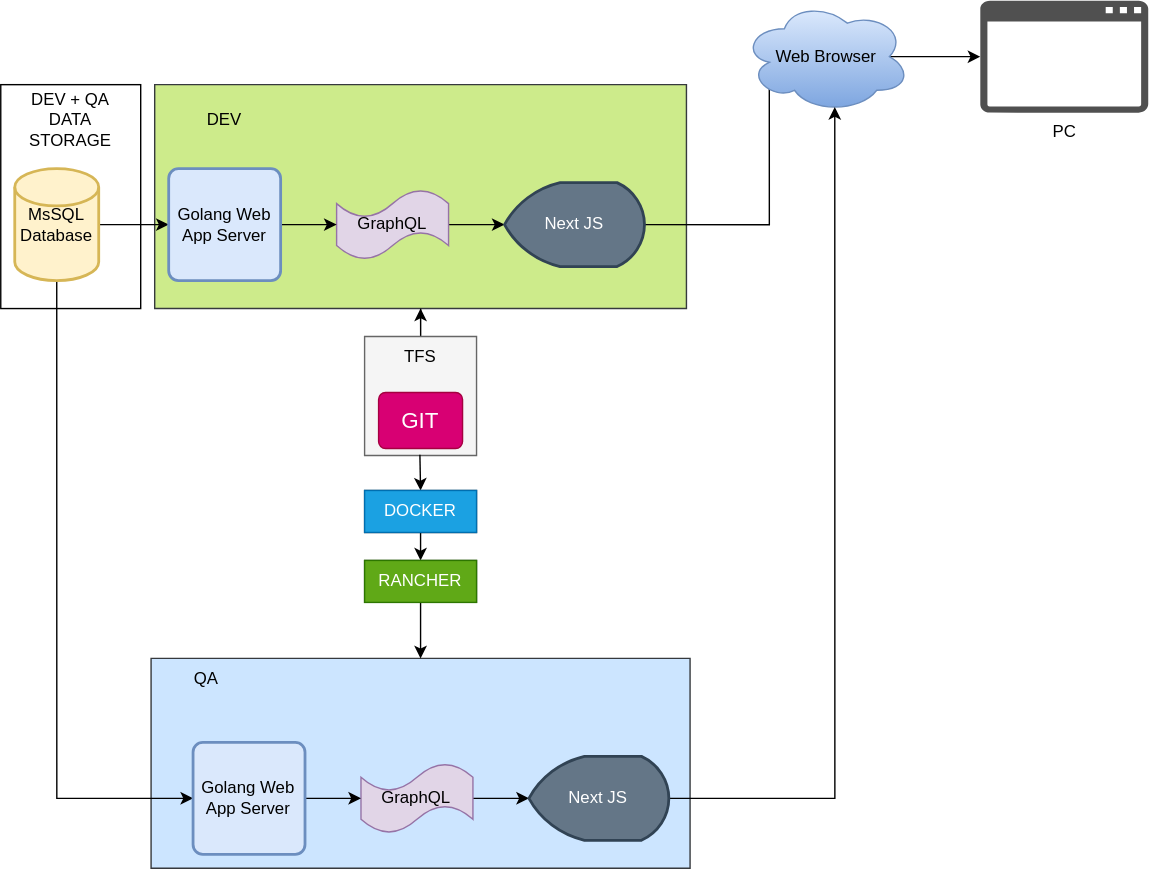
Above: Untitled Diagram.svg in iamsyahidi/hello-world (draw.io), before the change. Source tidied: cells renumbered, new cells last; positions are measured from the earlier drawing's top-left corner, leaving out a move shared by most shapes. The source it was exported from:
```xml
<mxGraphModel>
  <root>
    <mxCell id="0" />
    <mxCell id="1" parent="0" />
    <mxCell id="2" style="verticalLabelPosition=bottom;verticalAlign=top;html=1;shape=mxgraph.basic.rect;fillColor2=none;strokeWidth=1;size=20;indent=5;fillColor=#cce5ff;strokeColor=#36393d;" parent="1" vertex="1">
      <mxGeometry x="107.4" y="470" width="385.2" height="150" as="geometry" />
    </mxCell>
    <mxCell id="3" style="verticalLabelPosition=bottom;verticalAlign=top;html=1;shape=mxgraph.basic.rect;fillColor2=none;strokeWidth=1;size=20;indent=5;fillColor=#cdeb8b;strokeColor=#36393d;" parent="1" vertex="1">
      <mxGeometry x="110" y="60" width="380" height="160" as="geometry" />
    </mxCell>
    <mxCell id="4" style="edgeStyle=orthogonalEdgeStyle;rounded=0;jettySize=auto;html=1;" parent="1" edge="1" source="5">
      <mxGeometry relative="1" as="geometry">
        <mxPoint x="300" y="220" as="targetPoint" />
      </mxGeometry>
    </mxCell>
    <mxCell id="5" style="verticalLabelPosition=bottom;verticalAlign=top;html=1;shape=mxgraph.basic.rect;fillColor2=none;strokeWidth=1;size=20;indent=5;fillColor=#f5f5f5;strokeColor=#666666;fontColor=#333333;" parent="1" vertex="1">
      <mxGeometry x="260" y="240" width="80" height="85" as="geometry" />
    </mxCell>
    <mxCell id="6" style="rounded=0;whiteSpace=wrap;html=1;" parent="1" vertex="1">
      <mxGeometry y="60" width="100" height="160" as="geometry" />
    </mxCell>
    <mxCell id="7" style="edgeStyle=orthogonalEdgeStyle;rounded=0;jettySize=auto;html=1;exitX=1;exitY=0.5;exitDx=0;exitDy=0;exitPerimeter=0;entryX=0;entryY=0.5;entryDx=0;entryDy=0;entryPerimeter=0;" parent="1" edge="1" source="8" target="15">
      <mxGeometry relative="1" as="geometry" />
    </mxCell>
    <mxCell id="8" value="GraphQL" style="shape=tape;whiteSpace=wrap;html=1;fillColor=#e1d5e7;strokeColor=#9673a6;" parent="1" vertex="1">
      <mxGeometry x="240" y="135" width="80" height="50" as="geometry" />
    </mxCell>
    <mxCell id="9" style="edgeStyle=orthogonalEdgeStyle;rounded=0;jettySize=auto;html=1;exitX=1;exitY=0.5;exitDx=0;exitDy=0;exitPerimeter=0;entryX=0;entryY=0.5;entryDx=0;entryDy=0;" parent="1" edge="1" source="11" target="13">
      <mxGeometry relative="1" as="geometry" />
    </mxCell>
    <mxCell id="10" style="edgeStyle=orthogonalEdgeStyle;rounded=0;jettySize=auto;html=1;exitX=0.5;exitY=1;exitDx=0;exitDy=0;exitPerimeter=0;entryX=0;entryY=0.5;entryDx=0;entryDy=0;" parent="1" edge="1" source="11" target="23">
      <mxGeometry relative="1" as="geometry" />
    </mxCell>
    <mxCell id="11" value="MsSQL Database" style="strokeWidth=2;html=1;shape=mxgraph.flowchart.database;whiteSpace=wrap;fillColor=#fff2cc;strokeColor=#d6b656;" parent="1" vertex="1">
      <mxGeometry x="10" y="120" width="60" height="80" as="geometry" />
    </mxCell>
    <mxCell id="12" style="edgeStyle=orthogonalEdgeStyle;rounded=0;jettySize=auto;html=1;exitX=1;exitY=0.5;exitDx=0;exitDy=0;entryX=0;entryY=0.5;entryDx=0;entryDy=0;entryPerimeter=0;" parent="1" edge="1" source="13" target="8">
      <mxGeometry relative="1" as="geometry" />
    </mxCell>
    <mxCell id="13" value="Golang Web App Server" style="rounded=1;whiteSpace=wrap;html=1;absoluteArcSize=1;arcSize=14;strokeWidth=2;fillColor=#dae8fc;strokeColor=#6c8ebf;" parent="1" vertex="1">
      <mxGeometry x="120" y="120" width="80" height="80" as="geometry" />
    </mxCell>
    <mxCell id="14" style="edgeStyle=orthogonalEdgeStyle;rounded=0;jettySize=auto;html=1;exitX=1;exitY=0.5;exitDx=0;exitDy=0;exitPerimeter=0;entryX=0.16;entryY=0.55;entryDx=0;entryDy=0;entryPerimeter=0;" parent="1" edge="1" source="15" target="17">
      <mxGeometry relative="1" as="geometry" />
    </mxCell>
    <mxCell id="15" value="Next JS" style="strokeWidth=2;html=1;shape=mxgraph.flowchart.display;whiteSpace=wrap;fillColor=#647687;strokeColor=#314354;fontColor=#ffffff;" parent="1" vertex="1">
      <mxGeometry x="360" y="130" width="100" height="60" as="geometry" />
    </mxCell>
    <mxCell id="16" style="edgeStyle=orthogonalEdgeStyle;rounded=0;jettySize=auto;html=1;exitX=0.875;exitY=0.5;exitDx=0;exitDy=0;exitPerimeter=0;" parent="1" edge="1" source="17" target="19">
      <mxGeometry relative="1" as="geometry" />
    </mxCell>
    <mxCell id="17" value="Web Browser" style="ellipse;shape=cloud;whiteSpace=wrap;html=1;fillColor=#dae8fc;strokeColor=#6c8ebf;gradientColor=#7ea6e0;" parent="1" vertex="1">
      <mxGeometry x="530" width="120" height="80" as="geometry" />
    </mxCell>
    <mxCell id="18" value="DEV" style="text;html=1;strokeColor=none;fillColor=none;align=center;verticalAlign=middle;whiteSpace=wrap;rounded=0;" parent="1" vertex="1">
      <mxGeometry x="120" y="70" width="80" height="30" as="geometry" />
    </mxCell>
    <mxCell id="19" value="PC" style="shadow=0;dashed=0;html=1;strokeColor=none;fillColor=#505050;labelPosition=center;verticalLabelPosition=bottom;verticalAlign=top;outlineConnect=0;align=center;shape=mxgraph.office.concepts.application_generic;" parent="1" vertex="1">
      <mxGeometry x="700" width="120" height="80" as="geometry" />
    </mxCell>
    <mxCell id="20" style="edgeStyle=orthogonalEdgeStyle;rounded=0;jettySize=auto;html=1;exitX=1;exitY=0.5;exitDx=0;exitDy=0;exitPerimeter=0;entryX=0;entryY=0.5;entryDx=0;entryDy=0;entryPerimeter=0;" parent="1" edge="1" source="21" target="25">
      <mxGeometry relative="1" as="geometry" />
    </mxCell>
    <mxCell id="21" value="GraphQL" style="shape=tape;whiteSpace=wrap;html=1;fillColor=#e1d5e7;strokeColor=#9673a6;" parent="1" vertex="1">
      <mxGeometry x="257.4" y="545" width="80" height="50" as="geometry" />
    </mxCell>
    <mxCell id="22" style="edgeStyle=orthogonalEdgeStyle;rounded=0;jettySize=auto;html=1;exitX=1;exitY=0.5;exitDx=0;exitDy=0;entryX=0;entryY=0.5;entryDx=0;entryDy=0;entryPerimeter=0;" parent="1" edge="1" source="23" target="21">
      <mxGeometry relative="1" as="geometry" />
    </mxCell>
    <mxCell id="23" value="Golang Web App Server" style="rounded=1;whiteSpace=wrap;html=1;absoluteArcSize=1;arcSize=14;strokeWidth=2;fillColor=#dae8fc;strokeColor=#6c8ebf;" parent="1" vertex="1">
      <mxGeometry x="137.4" y="530" width="80" height="80" as="geometry" />
    </mxCell>
    <mxCell id="24" style="edgeStyle=orthogonalEdgeStyle;rounded=0;jettySize=auto;html=1;exitX=1;exitY=0.5;exitDx=0;exitDy=0;exitPerimeter=0;entryX=0.55;entryY=0.95;entryDx=0;entryDy=0;entryPerimeter=0;" parent="1" edge="1" source="25" target="17">
      <mxGeometry relative="1" as="geometry" />
    </mxCell>
    <mxCell id="25" value="Next JS" style="strokeWidth=2;html=1;shape=mxgraph.flowchart.display;whiteSpace=wrap;fillColor=#647687;strokeColor=#314354;fontColor=#ffffff;" parent="1" vertex="1">
      <mxGeometry x="377.4" y="540" width="100" height="60" as="geometry" />
    </mxCell>
    <mxCell id="26" value="DEV + QA&lt;br&gt;DATA STORAGE" style="text;html=1;strokeColor=none;fillColor=none;align=center;verticalAlign=middle;whiteSpace=wrap;rounded=0;" parent="1" vertex="1">
      <mxGeometry x="10" y="70" width="80" height="30" as="geometry" />
    </mxCell>
    <mxCell id="27" value="QA" style="text;html=1;strokeColor=none;fillColor=none;align=center;verticalAlign=middle;whiteSpace=wrap;rounded=0;" parent="1" vertex="1">
      <mxGeometry x="107.4" y="470" width="80" height="30" as="geometry" />
    </mxCell>
    <mxCell id="28" style="edgeStyle=orthogonalEdgeStyle;rounded=0;jettySize=auto;html=1;exitX=0.494;exitY=0.993;exitDx=0;exitDy=0;exitPerimeter=0;" parent="1" edge="1" source="5">
      <mxGeometry relative="1" as="geometry">
        <mxPoint x="300" y="350" as="targetPoint" />
      </mxGeometry>
    </mxCell>
    <mxCell id="29" value="GIT" style="html=1;shadow=0;dashed=0;shape=mxgraph.bootstrap.rrect;rSize=5;strokeColor=#A50040;strokeWidth=1;fillColor=#d80073;whiteSpace=wrap;align=center;verticalAlign=middle;spacingLeft=0;fontStyle=0;fontSize=16;spacing=5;fontColor=#ffffff;" parent="1" vertex="1">
      <mxGeometry x="270" y="280" width="60" height="40" as="geometry" />
    </mxCell>
    <mxCell id="30" value="TFS" style="text;html=1;strokeColor=none;fillColor=none;align=center;verticalAlign=middle;whiteSpace=wrap;rounded=0;" parent="1" vertex="1">
      <mxGeometry x="260" y="240" width="80" height="30" as="geometry" />
    </mxCell>
    <mxCell id="31" style="verticalLabelPosition=bottom;verticalAlign=top;html=1;shape=mxgraph.basic.rect;fillColor2=none;strokeWidth=1;size=20;indent=5;fillColor=#f5f5f5;strokeColor=#666666;fontColor=#333333;" parent="1" vertex="1">
      <mxGeometry x="260" y="350" width="80" height="30" as="geometry" />
    </mxCell>
    <mxCell id="32" style="edgeStyle=orthogonalEdgeStyle;rounded=0;jettySize=auto;html=1;exitX=0.5;exitY=1;exitDx=0;exitDy=0;entryX=0.5;entryY=0;entryDx=0;entryDy=0;" parent="1" edge="1" source="33" target="36">
      <mxGeometry relative="1" as="geometry" />
    </mxCell>
    <mxCell id="33" value="DOCKER" style="text;html=1;strokeColor=#006EAF;fillColor=#1ba1e2;align=center;verticalAlign=middle;whiteSpace=wrap;rounded=0;fontColor=#ffffff;" parent="1" vertex="1">
      <mxGeometry x="260" y="350" width="80" height="30" as="geometry" />
    </mxCell>
    <mxCell id="34" style="verticalLabelPosition=bottom;verticalAlign=top;html=1;shape=mxgraph.basic.rect;fillColor2=none;strokeWidth=1;size=20;indent=5;fillColor=#f5f5f5;strokeColor=#666666;fontColor=#333333;" parent="1" vertex="1">
      <mxGeometry x="260" y="400" width="80" height="30" as="geometry" />
    </mxCell>
    <mxCell id="35" style="edgeStyle=orthogonalEdgeStyle;rounded=0;jettySize=auto;html=1;" parent="1" edge="1" source="36" target="2">
      <mxGeometry relative="1" as="geometry" />
    </mxCell>
    <mxCell id="36" value="RANCHER" style="text;html=1;strokeColor=#2D7600;fillColor=#60a917;align=center;verticalAlign=middle;whiteSpace=wrap;rounded=0;fontColor=#ffffff;" parent="1" vertex="1">
      <mxGeometry x="260" y="400" width="80" height="30" as="geometry" />
    </mxCell>
  </root>
</mxGraphModel>
```
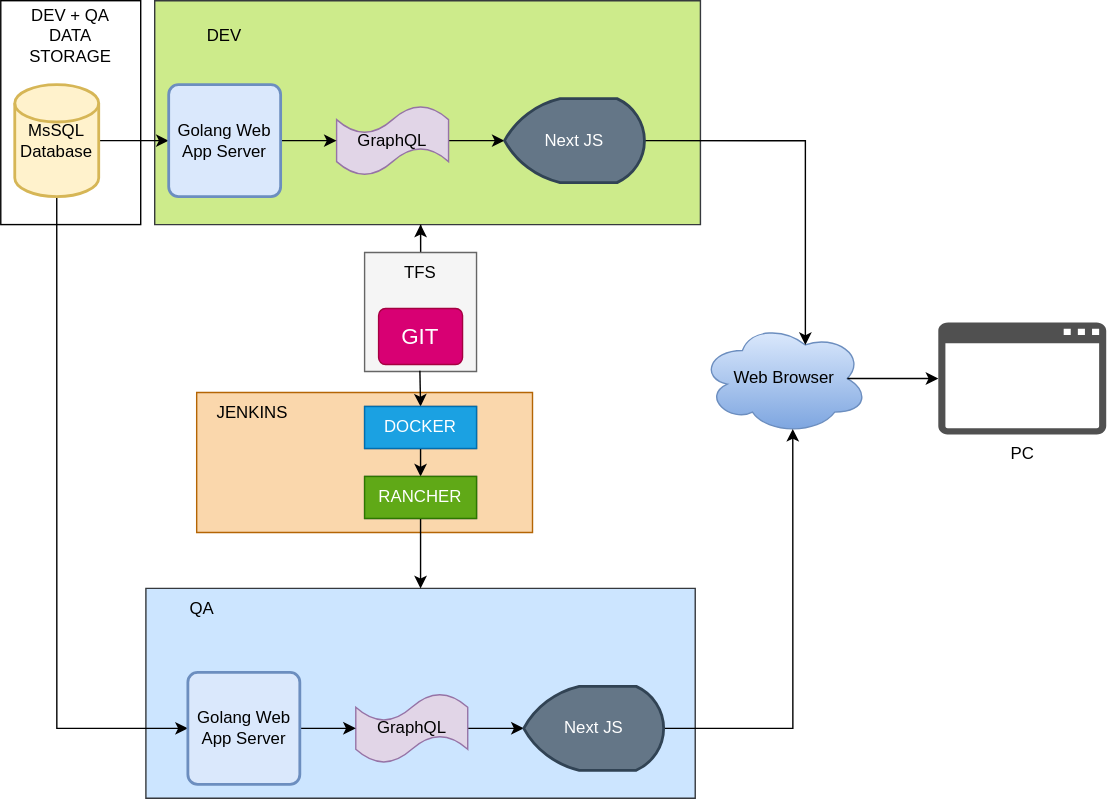
Later version of the same file.

Diff of the diagram source:
```diff
@@ -2,11 +2,17 @@
   <root>
     <mxCell id="0" />
     <mxCell id="1" parent="0" />
+    <mxCell id="37" style="verticalLabelPosition=bottom;verticalAlign=top;html=1;shape=mxgraph.basic.rect;fillColor2=none;strokeWidth=1;size=20;indent=5;fillColor=#fad7ac;strokeColor=#b46504;" parent="1" vertex="1">
+      <mxGeometry x="140" y="340" width="240" height="100" as="geometry" />
+    </mxCell>
+    <mxCell id="17" value="Web Browser" style="ellipse;shape=cloud;whiteSpace=wrap;html=1;fillColor=#dae8fc;strokeColor=#6c8ebf;gradientColor=#7ea6e0;" parent="1" vertex="1">
+      <mxGeometry x="500" y="290" width="120" height="80" as="geometry" />
+    </mxCell>
     <mxCell id="2" style="verticalLabelPosition=bottom;verticalAlign=top;html=1;shape=mxgraph.basic.rect;fillColor2=none;strokeWidth=1;size=20;indent=5;fillColor=#cce5ff;strokeColor=#36393d;" parent="1" vertex="1">
-      <mxGeometry x="107.4" y="470" width="385.2" height="150" as="geometry" />
+      <mxGeometry x="103.7" y="480" width="392.6" height="150" as="geometry" />
     </mxCell>
     <mxCell id="3" style="verticalLabelPosition=bottom;verticalAlign=top;html=1;shape=mxgraph.basic.rect;fillColor2=none;strokeWidth=1;size=20;indent=5;fillColor=#cdeb8b;strokeColor=#36393d;" parent="1" vertex="1">
-      <mxGeometry x="110" y="60" width="380" height="160" as="geometry" />
+      <mxGeometry x="110" y="60" width="390" height="160" as="geometry" />
     </mxCell>
     <mxCell id="4" style="edgeStyle=orthogonalEdgeStyle;rounded=0;jettySize=auto;html=1;" parent="1" edge="1" source="5">
       <mxGeometry relative="1" as="geometry">
@@ -40,7 +46,7 @@
     <mxCell id="13" value="Golang Web App Server" style="rounded=1;whiteSpace=wrap;html=1;absoluteArcSize=1;arcSize=14;strokeWidth=2;fillColor=#dae8fc;strokeColor=#6c8ebf;" parent="1" vertex="1">
       <mxGeometry x="120" y="120" width="80" height="80" as="geometry" />
     </mxCell>
-    <mxCell id="14" style="edgeStyle=orthogonalEdgeStyle;rounded=0;jettySize=auto;html=1;exitX=1;exitY=0.5;exitDx=0;exitDy=0;exitPerimeter=0;entryX=0.16;entryY=0.55;entryDx=0;entryDy=0;entryPerimeter=0;" parent="1" edge="1" source="15" target="17">
+    <mxCell id="14" style="edgeStyle=orthogonalEdgeStyle;rounded=0;jettySize=auto;html=1;exitX=1;exitY=0.5;exitDx=0;exitDy=0;exitPerimeter=0;entryX=0.625;entryY=0.2;entryDx=0;entryDy=0;entryPerimeter=0;" parent="1" edge="1" source="15" target="17">
       <mxGeometry relative="1" as="geometry" />
     </mxCell>
     <mxCell id="15" value="Next JS" style="strokeWidth=2;html=1;shape=mxgraph.flowchart.display;whiteSpace=wrap;fillColor=#647687;strokeColor=#314354;fontColor=#ffffff;" parent="1" vertex="1">
@@ -49,38 +55,35 @@
     <mxCell id="16" style="edgeStyle=orthogonalEdgeStyle;rounded=0;jettySize=auto;html=1;exitX=0.875;exitY=0.5;exitDx=0;exitDy=0;exitPerimeter=0;" parent="1" edge="1" source="17" target="19">
       <mxGeometry relative="1" as="geometry" />
     </mxCell>
-    <mxCell id="17" value="Web Browser" style="ellipse;shape=cloud;whiteSpace=wrap;html=1;fillColor=#dae8fc;strokeColor=#6c8ebf;gradientColor=#7ea6e0;" parent="1" vertex="1">
-      <mxGeometry x="530" width="120" height="80" as="geometry" />
-    </mxCell>
     <mxCell id="18" value="DEV" style="text;html=1;strokeColor=none;fillColor=none;align=center;verticalAlign=middle;whiteSpace=wrap;rounded=0;" parent="1" vertex="1">
       <mxGeometry x="120" y="70" width="80" height="30" as="geometry" />
     </mxCell>
     <mxCell id="19" value="PC" style="shadow=0;dashed=0;html=1;strokeColor=none;fillColor=#505050;labelPosition=center;verticalLabelPosition=bottom;verticalAlign=top;outlineConnect=0;align=center;shape=mxgraph.office.concepts.application_generic;" parent="1" vertex="1">
-      <mxGeometry x="700" width="120" height="80" as="geometry" />
+      <mxGeometry x="670" y="290" width="120" height="80" as="geometry" />
     </mxCell>
     <mxCell id="20" style="edgeStyle=orthogonalEdgeStyle;rounded=0;jettySize=auto;html=1;exitX=1;exitY=0.5;exitDx=0;exitDy=0;exitPerimeter=0;entryX=0;entryY=0.5;entryDx=0;entryDy=0;entryPerimeter=0;" parent="1" edge="1" source="21" target="25">
       <mxGeometry relative="1" as="geometry" />
     </mxCell>
     <mxCell id="21" value="GraphQL" style="shape=tape;whiteSpace=wrap;html=1;fillColor=#e1d5e7;strokeColor=#9673a6;" parent="1" vertex="1">
-      <mxGeometry x="257.4" y="545" width="80" height="50" as="geometry" />
+      <mxGeometry x="253.7" y="555" width="80" height="50" as="geometry" />
     </mxCell>
     <mxCell id="22" style="edgeStyle=orthogonalEdgeStyle;rounded=0;jettySize=auto;html=1;exitX=1;exitY=0.5;exitDx=0;exitDy=0;entryX=0;entryY=0.5;entryDx=0;entryDy=0;entryPerimeter=0;" parent="1" edge="1" source="23" target="21">
       <mxGeometry relative="1" as="geometry" />
     </mxCell>
     <mxCell id="23" value="Golang Web App Server" style="rounded=1;whiteSpace=wrap;html=1;absoluteArcSize=1;arcSize=14;strokeWidth=2;fillColor=#dae8fc;strokeColor=#6c8ebf;" parent="1" vertex="1">
-      <mxGeometry x="137.4" y="530" width="80" height="80" as="geometry" />
+      <mxGeometry x="133.7" y="540" width="80" height="80" as="geometry" />
     </mxCell>
     <mxCell id="24" style="edgeStyle=orthogonalEdgeStyle;rounded=0;jettySize=auto;html=1;exitX=1;exitY=0.5;exitDx=0;exitDy=0;exitPerimeter=0;entryX=0.55;entryY=0.95;entryDx=0;entryDy=0;entryPerimeter=0;" parent="1" edge="1" source="25" target="17">
       <mxGeometry relative="1" as="geometry" />
     </mxCell>
     <mxCell id="25" value="Next JS" style="strokeWidth=2;html=1;shape=mxgraph.flowchart.display;whiteSpace=wrap;fillColor=#647687;strokeColor=#314354;fontColor=#ffffff;" parent="1" vertex="1">
-      <mxGeometry x="377.4" y="540" width="100" height="60" as="geometry" />
+      <mxGeometry x="373.7" y="550" width="100" height="60" as="geometry" />
     </mxCell>
     <mxCell id="26" value="DEV + QA&lt;br&gt;DATA STORAGE" style="text;html=1;strokeColor=none;fillColor=none;align=center;verticalAlign=middle;whiteSpace=wrap;rounded=0;" parent="1" vertex="1">
       <mxGeometry x="10" y="70" width="80" height="30" as="geometry" />
     </mxCell>
     <mxCell id="27" value="QA" style="text;html=1;strokeColor=none;fillColor=none;align=center;verticalAlign=middle;whiteSpace=wrap;rounded=0;" parent="1" vertex="1">
-      <mxGeometry x="107.4" y="470" width="80" height="30" as="geometry" />
+      <mxGeometry x="103.7" y="480" width="80" height="30" as="geometry" />
     </mxCell>
     <mxCell id="28" style="edgeStyle=orthogonalEdgeStyle;rounded=0;jettySize=auto;html=1;exitX=0.494;exitY=0.993;exitDx=0;exitDy=0;exitPerimeter=0;" parent="1" edge="1" source="5">
       <mxGeometry relative="1" as="geometry">
@@ -111,5 +114,8 @@
     <mxCell id="36" value="RANCHER" style="text;html=1;strokeColor=#2D7600;fillColor=#60a917;align=center;verticalAlign=middle;whiteSpace=wrap;rounded=0;fontColor=#ffffff;" parent="1" vertex="1">
       <mxGeometry x="260" y="400" width="80" height="30" as="geometry" />
     </mxCell>
+    <mxCell id="38" value="JENKINS" style="text;html=1;strokeColor=none;fillColor=none;align=center;verticalAlign=middle;whiteSpace=wrap;rounded=0;" parent="1" vertex="1">
+      <mxGeometry x="140" y="340" width="80" height="30" as="geometry" />
+    </mxCell>
   </root>
 </mxGraphModel>
```
